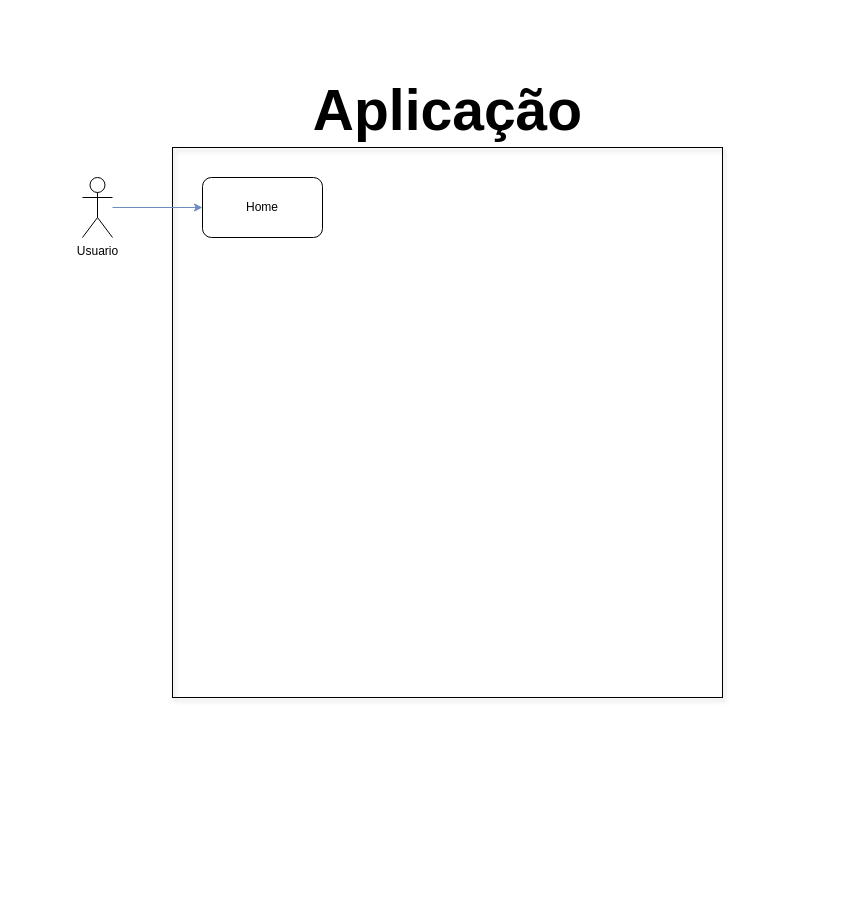
Earlier version of the draw.io diagram SmartMenuArc.drawio (Miguel084/SmartMenu-API). Source tidied: cells renumbered, new cells numbered last; positions are measured from the earlier drawing's top-left corner, leaving out a move shared by most shapes. Both pictures are drawn from the tidied source at 100%, with x=0, y=0 at pixel (82, 55).
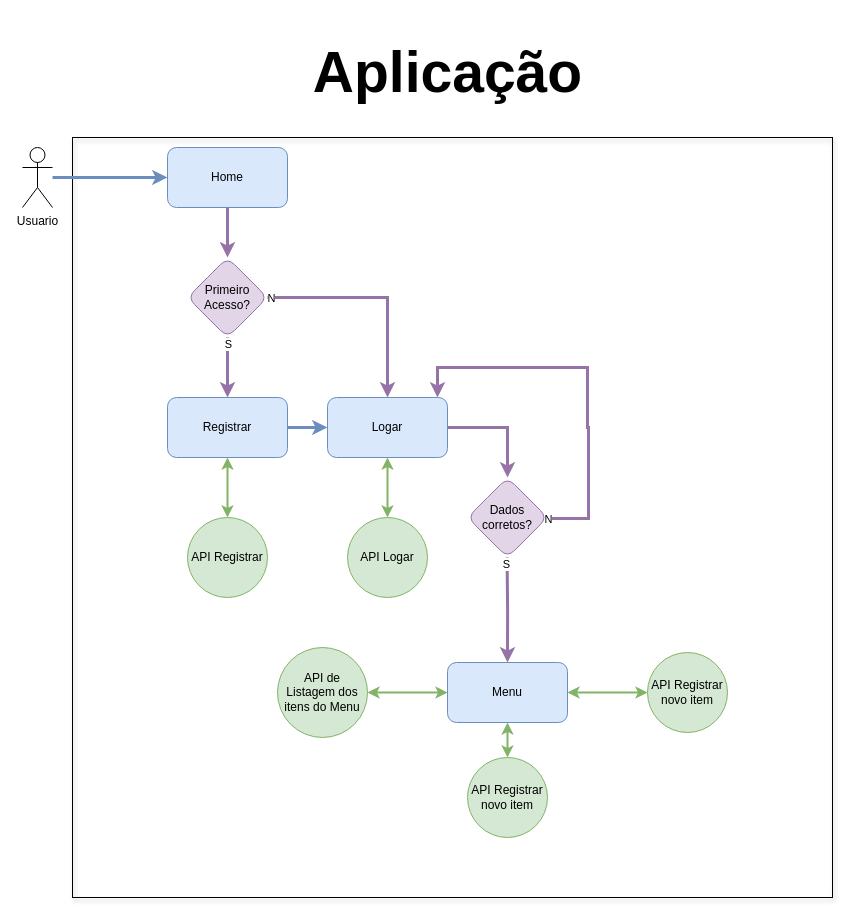
Above is the later version.

Diff of the diagram source:
```diff
@@
     <mxCell id="2" style="whiteSpace=wrap;html=1;fillColor=none;strokeColor=default;glass=1;shadow=1;" parent="1" vertex="1">
-      <mxGeometry x="90" y="92" width="550" height="550" as="geometry" />
+      <mxGeometry x="-10" y="82" width="760" height="760" as="geometry" />
     </mxCell>
-    <mxCell id="3" style="edgeStyle=orthogonalEdgeStyle;rounded=0;jettySize=auto;html=1;fillColor=#dae8fc;strokeColor=#6c8ebf;" parent="1" edge="1" source="4" target="6">
+    <mxCell id="3" style="edgeStyle=orthogonalEdgeStyle;rounded=0;jettySize=auto;html=1;fillColor=#dae8fc;strokeColor=#6c8ebf;strokeWidth=3;flowAnimation=1;" parent="1" edge="1" source="4" target="6">
       <mxGeometry relative="1" as="geometry" />
     </mxCell>
     <mxCell id="4" value="Usuario" style="shape=umlActor;verticalLabelPosition=bottom;verticalAlign=top;html=1;outlineConnect=0;" parent="1" vertex="1">
-      <mxGeometry y="122" width="30" height="60" as="geometry" />
+      <mxGeometry x="-60" y="92" width="30" height="60" as="geometry" />
     </mxCell>
     <mxCell id="5" value="&lt;h1&gt;&lt;font style=&quot;font-size: 57px;&quot;&gt;Aplicação&lt;/font&gt;&lt;/h1&gt;" style="text;html=1;align=center;verticalAlign=middle;strokeColor=none;fillColor=none;" parent="1" vertex="1">
-      <mxGeometry x="220" width="290" height="110" as="geometry" />
+      <mxGeometry x="220" y="-38" width="290" height="110" as="geometry" />
     </mxCell>
+    <mxCell id="7" style="edgeStyle=orthogonalEdgeStyle;rounded=0;jettySize=auto;html=1;fillColor=#e1d5e7;strokeColor=#9673a6;strokeWidth=3;flowAnimation=1;" parent="1" edge="1" source="6" target="27">
+      <mxGeometry relative="1" as="geometry" />
+    </mxCell>
-    <mxCell id="6" value="Home" style="rounded=1;whiteSpace=wrap;html=1;" parent="1" vertex="1">
-      <mxGeometry x="120" y="122" width="120" height="60" as="geometry" />
+    <mxCell id="6" value="Home" style="rounded=1;whiteSpace=wrap;html=1;fillColor=#dae8fc;strokeColor=#6c8ebf;fontColor=default;" parent="1" vertex="1">
+      <mxGeometry x="85" y="92" width="120" height="60" as="geometry" />
     </mxCell>
+    <mxCell id="8" value="Registrar" style="whiteSpace=wrap;html=1;rounded=1;fillColor=#dae8fc;strokeColor=#6c8ebf;" parent="1" vertex="1">
+      <mxGeometry x="85" y="342" width="120" height="60" as="geometry" />
+    </mxCell>
+    <mxCell id="9" value="API Registrar" style="ellipse;whiteSpace=wrap;html=1;fillColor=#d5e8d4;strokeColor=#82b366;" parent="1" vertex="1">
+      <mxGeometry x="105" y="462" width="80" height="80" as="geometry" />
+    </mxCell>
+    <mxCell id="10" style="edgeStyle=orthogonalEdgeStyle;rounded=0;jettySize=auto;html=1;fillColor=#e1d5e7;strokeColor=#9673a6;strokeWidth=3;exitX=1;exitY=0.5;exitDx=0;exitDy=0;flowAnimation=1;" parent="1" edge="1" source="11" target="29">
+      <mxGeometry relative="1" as="geometry">
+        <Array as="points">
+          <mxPoint x="425" y="372" />
+        </Array>
+      </mxGeometry>
+    </mxCell>
+    <mxCell id="11" value="Logar" style="whiteSpace=wrap;html=1;fillColor=#dae8fc;strokeColor=#6c8ebf;rounded=1;" parent="1" vertex="1">
+      <mxGeometry x="245" y="342" width="120" height="60" as="geometry" />
+    </mxCell>
+    <mxCell id="12" value="API Logar" style="ellipse;whiteSpace=wrap;html=1;fillColor=#d5e8d4;strokeColor=#82b366;" parent="1" vertex="1">
+      <mxGeometry x="265" y="462" width="80" height="80" as="geometry" />
+    </mxCell>
+    <mxCell id="13" style="endArrow=classic;startArrow=classic;html=1;rounded=0;entryX=0.5;entryY=1;entryDx=0;entryDy=0;fillColor=#d5e8d4;strokeColor=#82b366;strokeWidth=2;edgeStyle=elbowEdgeStyle;flowAnimation=1;" parent="1" edge="1" source="12" target="11">
+      <mxGeometry relative="1" as="geometry" />
+    </mxCell>
+    <mxCell id="14" style="endArrow=classic;startArrow=classic;html=1;rounded=0;entryX=0.5;entryY=1;entryDx=0;entryDy=0;exitX=0.5;exitY=0;exitDx=0;exitDy=0;strokeWidth=2;fillColor=#d5e8d4;strokeColor=#82b366;flowAnimation=1;" parent="1" edge="1" source="9" target="8">
+      <mxGeometry relative="1" as="geometry" />
+    </mxCell>
+    <mxCell id="15" style="edgeStyle=orthogonalEdgeStyle;rounded=0;jettySize=auto;html=1;strokeWidth=3;fillColor=#dae8fc;strokeColor=#6c8ebf;exitX=1;exitY=0.5;exitDx=0;exitDy=0;entryX=0;entryY=0.5;entryDx=0;entryDy=0;flowAnimation=1;" parent="1" edge="1" source="8" target="11">
+      <mxGeometry relative="1" as="geometry" />
+    </mxCell>
+    <mxCell id="16" style="rounded=0;jettySize=auto;html=1;startArrow=classic;startFill=1;fillColor=#d5e8d4;strokeColor=#82b366;strokeWidth=2;flowAnimation=1;" parent="1" edge="1" source="18" target="19">
+      <mxGeometry relative="1" as="geometry" />
+    </mxCell>
+    <mxCell id="17" style="edgeStyle=orthogonalEdgeStyle;rounded=0;jettySize=auto;html=1;fillColor=#d5e8d4;strokeColor=#82b366;strokeWidth=2;startArrow=classic;startFill=1;flowAnimation=1;" parent="1" edge="1" source="18" target="20">
+      <mxGeometry relative="1" as="geometry" />
+    </mxCell>
+    <mxCell id="18" value="Menu" style="whiteSpace=wrap;html=1;fillColor=#dae8fc;strokeColor=#6c8ebf;rounded=1;" parent="1" vertex="1">
+      <mxGeometry x="365" y="607" width="120" height="60" as="geometry" />
+    </mxCell>
+    <mxCell id="19" value="API de Listagem dos itens do Menu" style="ellipse;whiteSpace=wrap;html=1;fillColor=#d5e8d4;strokeColor=#82b366;rounded=1;" parent="1" vertex="1">
+      <mxGeometry x="195" y="592" width="90" height="90" as="geometry" />
+    </mxCell>
+    <mxCell id="20" value="API Registrar novo item" style="ellipse;whiteSpace=wrap;html=1;fillColor=#d5e8d4;strokeColor=#82b366;rounded=1;" parent="1" vertex="1">
+      <mxGeometry x="385" y="702" width="80" height="80" as="geometry" />
+    </mxCell>
+    <mxCell id="21" style="edgeStyle=orthogonalEdgeStyle;rounded=0;jettySize=auto;html=1;fillColor=#d5e8d4;strokeColor=#82b366;strokeWidth=2;startArrow=classic;startFill=1;exitX=1;exitY=0.5;exitDx=0;exitDy=0;flowAnimation=1;" parent="1" edge="1" source="18" target="22">
+      <mxGeometry relative="1" as="geometry" />
+    </mxCell>
+    <mxCell id="22" value="API Registrar novo item" style="ellipse;whiteSpace=wrap;html=1;fillColor=#d5e8d4;strokeColor=#82b366;rounded=1;" parent="1" vertex="1">
+      <mxGeometry x="565" y="597" width="80" height="80" as="geometry" />
+    </mxCell>
+    <mxCell id="23" style="edgeStyle=orthogonalEdgeStyle;rounded=0;jettySize=auto;html=1;exitX=0.5;exitY=1;exitDx=0;exitDy=0;fillColor=#e1d5e7;strokeColor=#9673a6;strokeWidth=3;flowAnimation=1;" parent="1" edge="1" source="27" target="8">
+      <mxGeometry relative="1" as="geometry" />
+    </mxCell>
+    <mxCell id="24" value="S" style="edgeLabel;html=1;align=center;verticalAlign=middle;labelBorderColor=none;" parent="23" vertex="1">
+      <mxGeometry x="-0.8" y="-2" relative="1" as="geometry">
+        <mxPoint x="2" as="offset" />
+      </mxGeometry>
+    </mxCell>
+    <mxCell id="25" style="edgeStyle=orthogonalEdgeStyle;rounded=0;jettySize=auto;html=1;fillColor=#e1d5e7;strokeColor=#9673a6;strokeWidth=3;flowAnimation=1;" parent="1" edge="1" source="27" target="11">
+      <mxGeometry relative="1" as="geometry" />
+    </mxCell>
+    <mxCell id="26" value="N" style="edgeLabel;html=1;align=center;verticalAlign=middle;" parent="25" vertex="1">
+      <mxGeometry x="-0.94" relative="1" as="geometry">
+        <mxPoint x="-4" as="offset" />
+      </mxGeometry>
+    </mxCell>
+    <mxCell id="27" value="Primeiro Acesso?" style="rhombus;whiteSpace=wrap;html=1;fillColor=#e1d5e7;strokeColor=#9673a6;rounded=1;" parent="1" vertex="1">
+      <mxGeometry x="105" y="202" width="80" height="80" as="geometry" />
+    </mxCell>
+    <mxCell id="28" style="edgeStyle=orthogonalEdgeStyle;rounded=0;orthogonalLoop=1;jettySize=auto;html=1;exitX=0.5;exitY=1;exitDx=0;exitDy=0;flowAnimation=1;" parent="1" edge="1" source="27" target="27">
+      <mxGeometry relative="1" as="geometry" />
+    </mxCell>
+    <mxCell id="29" value="Dados corretos?" style="rhombus;whiteSpace=wrap;html=1;fillColor=#e1d5e7;strokeColor=#9673a6;rounded=1;" parent="1" vertex="1">
+      <mxGeometry x="385" y="422" width="80" height="80" as="geometry" />
+    </mxCell>
+    <mxCell id="30" style="edgeStyle=orthogonalEdgeStyle;rounded=0;jettySize=auto;html=1;fillColor=#e1d5e7;strokeColor=#9673a6;strokeWidth=3;flowAnimation=1;" parent="1" edge="1" target="11">
+      <mxGeometry relative="1" as="geometry">
+        <mxPoint x="465" y="462" as="sourcePoint" />
+        <Array as="points">
+          <mxPoint x="465" y="463" />
+          <mxPoint x="506" y="463" />
+          <mxPoint x="506" y="372" />
+          <mxPoint x="505" y="372" />
+          <mxPoint x="505" y="312" />
+          <mxPoint x="355" y="312" />
+        </Array>
+      </mxGeometry>
+    </mxCell>
+    <mxCell id="31" value="N" style="edgeLabel;html=1;align=center;verticalAlign=middle;" parent="30" vertex="1">
+      <mxGeometry x="-0.94" relative="1" as="geometry">
+        <mxPoint x="-10" as="offset" />
+      </mxGeometry>
+    </mxCell>
+    <mxCell id="32" style="edgeStyle=orthogonalEdgeStyle;rounded=0;jettySize=auto;html=1;exitX=0.5;exitY=1;exitDx=0;exitDy=0;fillColor=#e1d5e7;strokeColor=#9673a6;strokeWidth=3;flowAnimation=1;" parent="1" edge="1" target="18">
+      <mxGeometry relative="1" as="geometry">
+        <mxPoint x="424.6" y="502" as="sourcePoint" />
+      </mxGeometry>
+    </mxCell>
+    <mxCell id="33" value="S" style="edgeLabel;html=1;align=center;verticalAlign=middle;labelBorderColor=none;" parent="32" vertex="1">
+      <mxGeometry x="-0.8" y="-2" relative="1" as="geometry">
+        <mxPoint x="1" y="-5" as="offset" />
+      </mxGeometry>
+    </mxCell>
```
